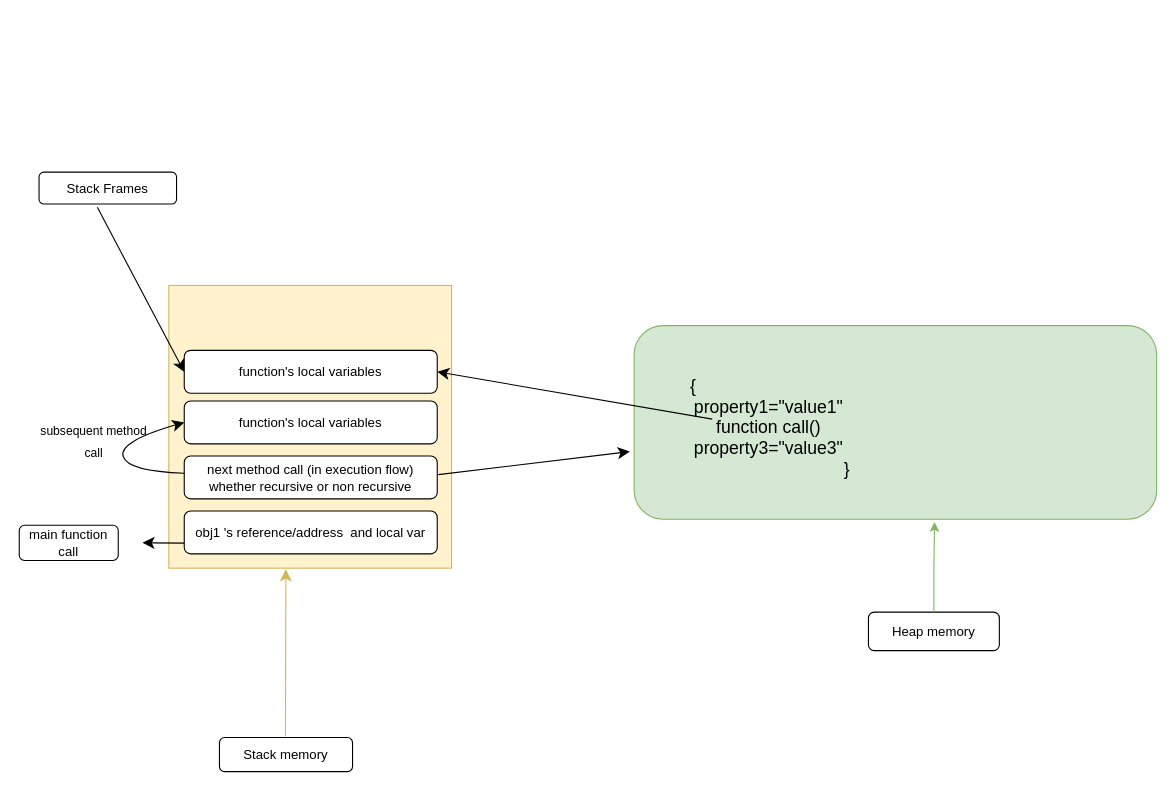
This is Untitled Diagram(1).drawio from ahmad13faizan/Learning, a draw.io file, before an edit. Source tidied: cells renumbered, new cells numbered last; positions are measured from the earlier drawing's top-left corner, leaving out a move shared by most shapes. Both pictures are drawn from the tidied source at 110%, with x=0, y=0 at pixel (19, 172).
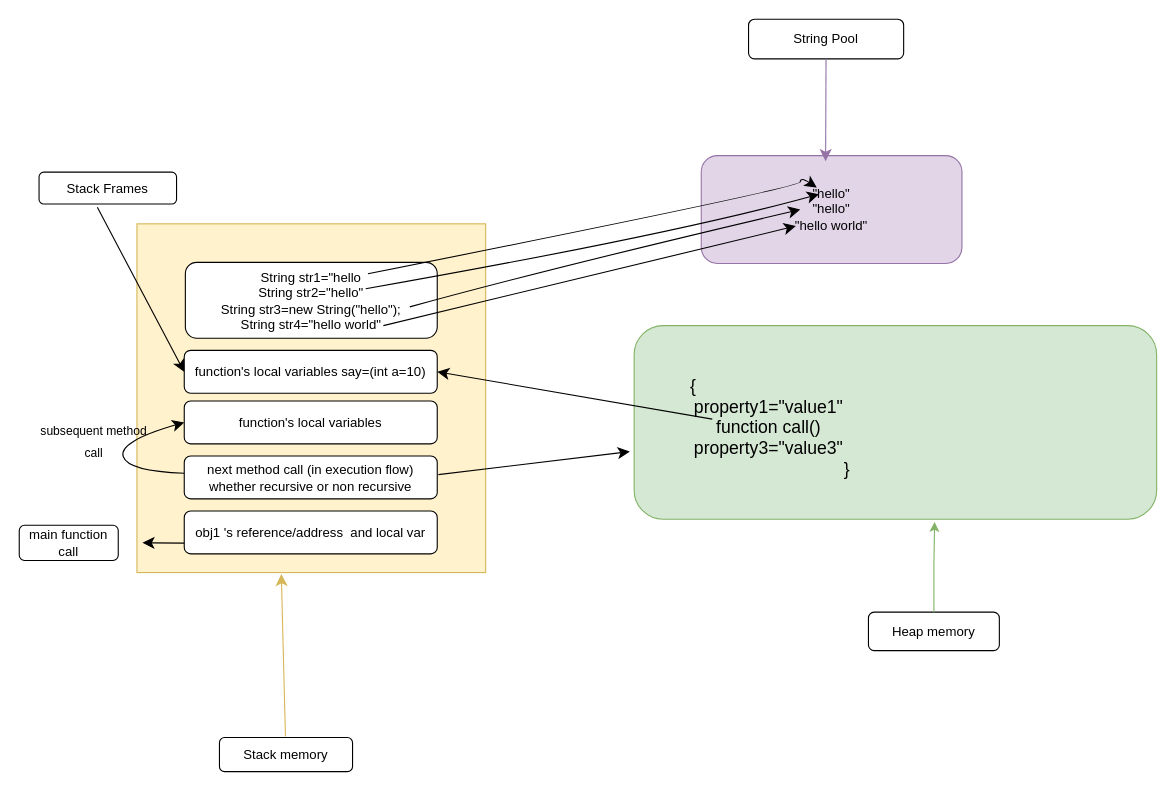
Above is the later version.

Diff of the diagram source:
```diff
@@
     <mxCell id="2" style="whiteSpace=wrap;html=1;fillColor=#fff2cc;strokeColor=#d6b656;" parent="1" vertex="1">
-      <mxGeometry x="136" y="103" width="257" height="257" as="geometry" />
+      <mxGeometry x="107" y="47" width="317" height="317" as="geometry" />
     </mxCell>
@@
-    <mxCell id="6" value="function's local variables" style="rounded=1;whiteSpace=wrap;html=1;" parent="1" vertex="1">
+    <mxCell id="6" value="function's local variables say=(int a=10)" style="rounded=1;whiteSpace=wrap;html=1;" parent="1" vertex="1">
       <mxGeometry x="150" y="162" width="230" height="39" as="geometry" />
     </mxCell>
@@
+    <mxCell id="22" value="&lt;div&gt;&quot;hello&quot;&lt;/div&gt;&lt;div&gt;&quot;hello&quot;&lt;/div&gt;&lt;div&gt;&quot;hello world&quot;&lt;/div&gt;" style="rounded=1;whiteSpace=wrap;html=1;fillColor=#e1d5e7;strokeColor=#9673a6;" parent="1" vertex="1">
+      <mxGeometry x="620" y="-15" width="237" height="98" as="geometry" />
+    </mxCell>
+    <mxCell id="23" value="&lt;div&gt;String str1=&quot;hello&lt;/div&gt;&lt;div&gt;String str2=&quot;hello&quot;&lt;/div&gt;&lt;div&gt;String str3=new String(&quot;hello&quot;);&lt;/div&gt;&lt;div&gt;String str4=&quot;hello world&quot;&lt;/div&gt;" style="rounded=1;whiteSpace=wrap;html=1;" parent="1" vertex="1">
+      <mxGeometry x="151" y="82" width="229" height="69" as="geometry" />
+    </mxCell>
+    <mxCell id="24" style="endArrow=classic;html=1;rounded=0;fontSize=12;startSize=8;endSize=8;curved=1;" parent="1" edge="1">
+      <mxGeometry relative="1" as="geometry">
+        <mxPoint x="317" y="92.4" as="sourcePoint" />
+        <mxPoint x="725" y="14" as="targetPoint" />
+        <Array as="points">
+          <mxPoint x="710" y="14" />
+          <mxPoint x="710" y="4" />
+        </Array>
+      </mxGeometry>
+    </mxCell>
+    <mxCell id="25" style="endArrow=classic;html=1;rounded=0;fontSize=12;startSize=8;endSize=8;curved=1;exitX=0.716;exitY=0.348;exitDx=0;exitDy=0;exitPerimeter=0;" parent="1" edge="1" source="23">
+      <mxGeometry relative="1" as="geometry">
+        <mxPoint x="727" y="20" as="targetPoint" />
+        <Array as="points">
+          <mxPoint x="593" y="57" />
+        </Array>
+      </mxGeometry>
+    </mxCell>
+    <mxCell id="26" style="endArrow=classic;html=1;rounded=0;fontSize=12;startSize=8;endSize=8;curved=1;exitX=1;exitY=0.5;exitDx=0;exitDy=0;" parent="1" edge="1">
+      <mxGeometry relative="1" as="geometry">
+        <mxPoint x="355" y="122.5" as="sourcePoint" />
+        <mxPoint x="710" y="34" as="targetPoint" />
+        <Array as="points">
+          <mxPoint x="480" y="88" />
+        </Array>
+      </mxGeometry>
+    </mxCell>
+    <mxCell id="27" style="endArrow=classic;html=1;rounded=0;fontSize=12;startSize=8;endSize=8;curved=1;exitX=1;exitY=0.75;exitDx=0;exitDy=0;" parent="1" edge="1">
+      <mxGeometry relative="1" as="geometry">
+        <mxPoint x="331" y="139.5" as="sourcePoint" />
+        <mxPoint x="706" y="49" as="targetPoint" />
+      </mxGeometry>
+    </mxCell>
+    <mxCell id="28" value="String Pool" style="rounded=1;whiteSpace=wrap;html=1;" parent="1" vertex="1">
+      <mxGeometry x="663" y="-139" width="141" height="36" as="geometry" />
+    </mxCell>
+    <mxCell id="29" style="edgeStyle=none;curved=1;rounded=0;jettySize=auto;html=1;entryX=0.477;entryY=0.051;entryDx=0;entryDy=0;entryPerimeter=0;fontSize=12;startSize=8;endSize=8;fillColor=#e1d5e7;strokeColor=#9673a6;" parent="1" edge="1" source="28" target="22">
+      <mxGeometry relative="1" as="geometry" />
+    </mxCell>
```
